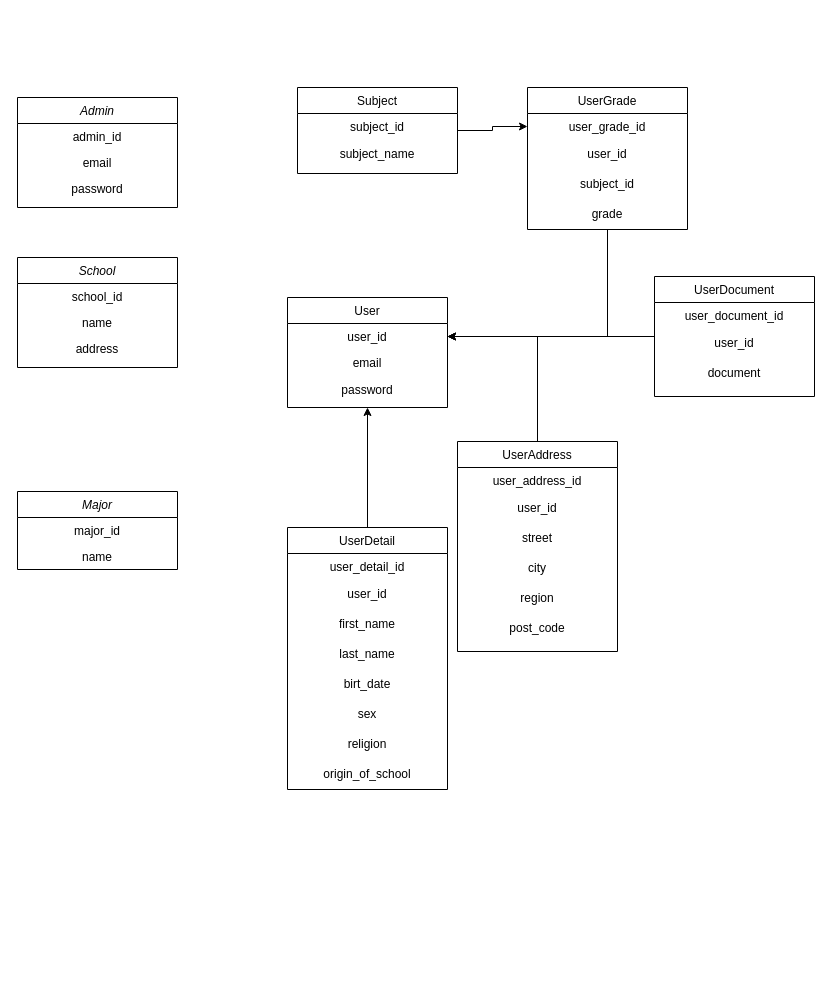
Earlier version of the draw.io diagram Untitled Diagram.drawio (ardhanwardhani/PPDB-Online). Source tidied: cells renumbered, new cells numbered last; positions are measured from the earlier drawing's top-left corner, leaving out a move shared by most shapes. Both pictures are drawn from the tidied source at 100%, with x=0, y=0 at pixel (17, 87).
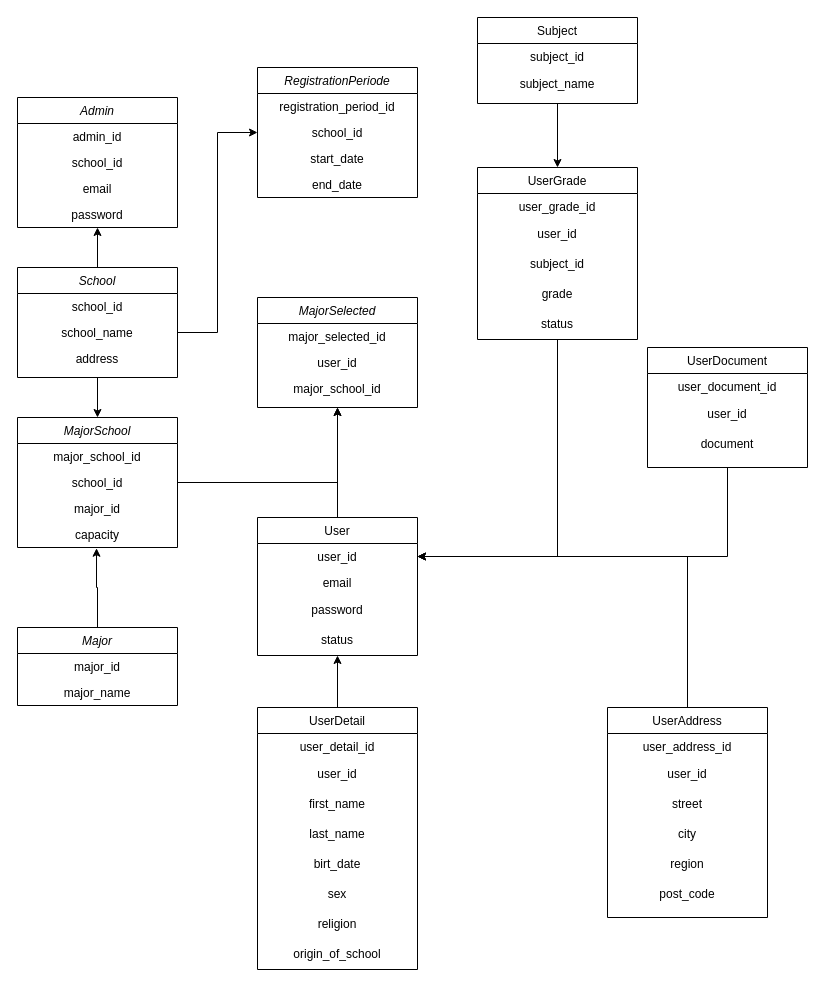
The same page after the edit.

The change refers to these unchanged cells:
```xml
<mxCell id="35" value="user_grade_id" style="text;align=center;verticalAlign=top;spacingLeft=4;spacingRight=4;overflow=hidden;points=[[0,0.5],[1,0.5]];portConstraint=eastwest;" parent="34" vertex="1">
  <mxGeometry y="26" width="160" height="26" as="geometry" />
</mxCell>
```

The edit, as a diff of the source:
```diff
@@
     <mxCell id="2" value="Admin" style="swimlane;fontStyle=2;align=center;verticalAlign=top;horizontal=1;startSize=26;rounded=0;shadow=0;strokeWidth=1;" parent="1" vertex="1">
-      <mxGeometry y="10" width="160" height="110" as="geometry" />
+      <mxGeometry y="10" width="160" height="130" as="geometry" />
     </mxCell>
@@
+    <mxCell id="5" value="school_id" style="text;align=center;verticalAlign=top;spacingLeft=4;spacingRight=4;overflow=hidden;rounded=0;shadow=0;html=0;" parent="2" vertex="1">
+      <mxGeometry y="52" width="160" height="26" as="geometry" />
+    </mxCell>
     <mxCell id="4" value="email" style="text;align=center;verticalAlign=top;spacingLeft=4;spacingRight=4;overflow=hidden;rounded=0;shadow=0;html=0;" parent="2" vertex="1">
-      <mxGeometry y="52" width="160" height="26" as="geometry" />
+      <mxGeometry y="78" width="160" height="26" as="geometry" />
     </mxCell>
-    <mxCell id="5" value="password" style="text;align=center;verticalAlign=top;spacingLeft=4;spacingRight=4;overflow=hidden;rounded=0;shadow=0;html=0;" parent="2" vertex="1">
-      <mxGeometry y="78" width="160" height="26" as="geometry" />
-    </mxCell>
+    <mxCell id="50" value="password" style="text;align=center;verticalAlign=top;spacingLeft=4;spacingRight=4;overflow=hidden;points=[[0,0.5],[1,0.5]];portConstraint=eastwest;rounded=0;shadow=0;html=0;" parent="2" vertex="1">
+      <mxGeometry y="104" width="160" height="26" as="geometry" />
+    </mxCell>
+    <mxCell id="51" style="edgeStyle=orthogonalEdgeStyle;rounded=0;jettySize=auto;html=1;entryX=0.5;entryY=1;entryDx=0;entryDy=0;" parent="1" edge="1" source="6" target="63">
+      <mxGeometry relative="1" as="geometry" />
+    </mxCell>
     <mxCell id="6" value="User" style="swimlane;fontStyle=0;align=center;verticalAlign=top;horizontal=1;startSize=26;rounded=0;shadow=0;strokeWidth=1;" parent="1" vertex="1">
-      <mxGeometry x="270" y="210" width="160" height="110" as="geometry" />
+      <mxGeometry x="240" y="430" width="160" height="138" as="geometry" />
     </mxCell>
@@
+    <mxCell id="52" value="status" style="text;strokeColor=none;align=center;fillColor=none;html=1;verticalAlign=middle;whiteSpace=wrap;rounded=0;labelPosition=center;verticalLabelPosition=middle;" parent="6" vertex="1">
+      <mxGeometry y="108" width="160" height="30" as="geometry" />
+    </mxCell>
@@
     <mxCell id="11" value="UserDetail" style="swimlane;fontStyle=0;align=center;verticalAlign=top;horizontal=1;startSize=26;rounded=0;shadow=0;strokeWidth=1;" parent="1" vertex="1">
-      <mxGeometry x="270" y="440" width="160" height="262" as="geometry" />
+      <mxGeometry x="240" y="620" width="160" height="262" as="geometry" />
     </mxCell>
@@
     <mxCell id="21" value="UserAddress" style="swimlane;fontStyle=0;align=center;verticalAlign=top;horizontal=1;startSize=26;rounded=0;shadow=0;strokeWidth=1;" parent="1" vertex="1">
-      <mxGeometry x="440" y="354" width="160" height="210" as="geometry" />
+      <mxGeometry x="590" y="620" width="160" height="210" as="geometry" />
     </mxCell>
@@
     <mxCell id="29" value="UserDocument" style="swimlane;fontStyle=0;align=center;verticalAlign=top;horizontal=1;startSize=26;rounded=0;shadow=0;strokeWidth=1;" parent="1" vertex="1">
-      <mxGeometry x="637" y="189" width="160" height="120" as="geometry" />
+      <mxGeometry x="630" y="260" width="160" height="120" as="geometry" />
     </mxCell>
@@
     <mxCell id="34" value="UserGrade" style="swimlane;fontStyle=0;align=center;verticalAlign=top;horizontal=1;startSize=26;rounded=0;shadow=0;strokeWidth=1;" parent="1" vertex="1">
-      <mxGeometry x="510" width="160" height="142" as="geometry" />
+      <mxGeometry x="460" y="80" width="160" height="172" as="geometry" />
     </mxCell>
@@
-    <mxCell id="39" style="edgeStyle=orthogonalEdgeStyle;rounded=0;jettySize=auto;html=1;entryX=0;entryY=0.5;entryDx=0;entryDy=0;" parent="1" edge="1" source="40" target="35">
-      <mxGeometry relative="1" as="geometry" />
-    </mxCell>
+    <mxCell id="53" value="status" style="text;strokeColor=none;align=center;fillColor=none;html=1;verticalAlign=middle;whiteSpace=wrap;rounded=0;" parent="34" vertex="1">
+      <mxGeometry y="142" width="160" height="30" as="geometry" />
+    </mxCell>
+    <mxCell id="54" style="edgeStyle=orthogonalEdgeStyle;rounded=0;jettySize=auto;html=1;entryX=0.5;entryY=0;entryDx=0;entryDy=0;" parent="1" edge="1" source="40" target="34">
+      <mxGeometry relative="1" as="geometry" />
+    </mxCell>
     <mxCell id="40" value="Subject" style="swimlane;fontStyle=0;align=center;verticalAlign=top;horizontal=1;startSize=26;rounded=0;shadow=0;strokeWidth=1;" parent="1" vertex="1">
-      <mxGeometry x="280" width="160" height="86" as="geometry" />
+      <mxGeometry x="460" y="-70" width="160" height="86" as="geometry" />
     </mxCell>
@@
+    <mxCell id="55" style="edgeStyle=orthogonalEdgeStyle;rounded=0;jettySize=auto;html=1;" parent="1" edge="1" source="43" target="57">
+      <mxGeometry relative="1" as="geometry" />
+    </mxCell>
     <mxCell id="43" value="School" style="swimlane;fontStyle=2;align=center;verticalAlign=top;horizontal=1;startSize=26;rounded=0;shadow=0;strokeWidth=1;" parent="1" vertex="1">
-      <mxGeometry y="170" width="160" height="110" as="geometry" />
+      <mxGeometry y="180" width="160" height="110" as="geometry" />
     </mxCell>
@@
-    <mxCell id="45" value="name" style="text;align=center;verticalAlign=top;spacingLeft=4;spacingRight=4;overflow=hidden;points=[[0,0.5],[1,0.5]];portConstraint=eastwest;rounded=0;shadow=0;html=0;" parent="43" vertex="1">
+    <mxCell id="45" value="school_name" style="text;align=center;verticalAlign=top;spacingLeft=4;spacingRight=4;overflow=hidden;points=[[0,0.5],[1,0.5]];portConstraint=eastwest;rounded=0;shadow=0;html=0;" parent="43" vertex="1">
       <mxGeometry y="52" width="160" height="26" as="geometry" />
     </mxCell>
@@
     <mxCell id="47" value="Major" style="swimlane;fontStyle=2;align=center;verticalAlign=top;horizontal=1;startSize=26;rounded=0;shadow=0;strokeWidth=1;" parent="1" vertex="1">
-      <mxGeometry y="404" width="160" height="78" as="geometry" />
+      <mxGeometry y="540" width="160" height="78" as="geometry" />
     </mxCell>
@@
-    <mxCell id="49" value="name" style="text;align=center;verticalAlign=top;spacingLeft=4;spacingRight=4;overflow=hidden;rounded=0;shadow=0;html=0;" parent="47" vertex="1">
+    <mxCell id="49" value="major_name" style="text;align=center;verticalAlign=top;spacingLeft=4;spacingRight=4;overflow=hidden;rounded=0;shadow=0;html=0;" parent="47" vertex="1">
       <mxGeometry y="52" width="160" height="26" as="geometry" />
     </mxCell>
+    <mxCell id="56" style="edgeStyle=orthogonalEdgeStyle;rounded=0;jettySize=auto;html=1;entryX=0.5;entryY=1;entryDx=0;entryDy=0;" parent="1" edge="1" source="57" target="63">
+      <mxGeometry relative="1" as="geometry" />
+    </mxCell>
+    <mxCell id="57" value="MajorSchool" style="swimlane;fontStyle=2;align=center;verticalAlign=top;horizontal=1;startSize=26;rounded=0;shadow=0;strokeWidth=1;" parent="1" vertex="1">
+      <mxGeometry y="330" width="160" height="130" as="geometry" />
+    </mxCell>
+    <mxCell id="58" value="major_school_id" style="text;align=center;verticalAlign=top;spacingLeft=4;spacingRight=4;overflow=hidden;" parent="57" vertex="1">
+      <mxGeometry y="26" width="160" height="26" as="geometry" />
+    </mxCell>
+    <mxCell id="59" value="school_id" style="text;align=center;verticalAlign=top;spacingLeft=4;spacingRight=4;overflow=hidden;rounded=0;shadow=0;html=0;" parent="57" vertex="1">
+      <mxGeometry y="52" width="160" height="26" as="geometry" />
+    </mxCell>
+    <mxCell id="60" value="major_id" style="text;align=center;verticalAlign=top;spacingLeft=4;spacingRight=4;overflow=hidden;rounded=0;shadow=0;html=0;" parent="57" vertex="1">
+      <mxGeometry y="78" width="160" height="26" as="geometry" />
+    </mxCell>
+    <mxCell id="61" value="capacity" style="text;align=center;verticalAlign=top;spacingLeft=4;spacingRight=4;overflow=hidden;points=[[0,0.5],[1,0.5]];portConstraint=eastwest;rounded=0;shadow=0;html=0;" parent="57" vertex="1">
+      <mxGeometry y="104" width="160" height="26" as="geometry" />
+    </mxCell>
+    <mxCell id="62" style="edgeStyle=orthogonalEdgeStyle;rounded=0;jettySize=auto;html=1;entryX=0.494;entryY=1.029;entryDx=0;entryDy=0;entryPerimeter=0;" parent="1" edge="1" source="47" target="61">
+      <mxGeometry relative="1" as="geometry" />
+    </mxCell>
+    <mxCell id="63" value="MajorSelected" style="swimlane;fontStyle=2;align=center;verticalAlign=top;horizontal=1;startSize=26;rounded=0;shadow=0;strokeWidth=1;" parent="1" vertex="1">
+      <mxGeometry x="240" y="210" width="160" height="110" as="geometry" />
+    </mxCell>
+    <mxCell id="64" value="major_selected_id" style="text;align=center;verticalAlign=top;spacingLeft=4;spacingRight=4;overflow=hidden;" parent="63" vertex="1">
+      <mxGeometry y="26" width="160" height="26" as="geometry" />
+    </mxCell>
+    <mxCell id="65" value="user_id" style="text;align=center;verticalAlign=top;spacingLeft=4;spacingRight=4;overflow=hidden;rounded=0;shadow=0;html=0;" parent="63" vertex="1">
+      <mxGeometry y="52" width="160" height="26" as="geometry" />
+    </mxCell>
+    <mxCell id="66" value="major_school_id" style="text;align=center;verticalAlign=top;spacingLeft=4;spacingRight=4;overflow=hidden;rounded=0;shadow=0;html=0;" parent="63" vertex="1">
+      <mxGeometry y="78" width="160" height="26" as="geometry" />
+    </mxCell>
+    <mxCell id="67" style="edgeStyle=orthogonalEdgeStyle;rounded=0;jettySize=auto;html=1;entryX=0.5;entryY=1;entryDx=0;entryDy=0;entryPerimeter=0;" parent="1" edge="1" source="43" target="50">
+      <mxGeometry relative="1" as="geometry" />
+    </mxCell>
+    <mxCell id="68" value="RegistrationPeriode" style="swimlane;fontStyle=2;align=center;verticalAlign=top;horizontal=1;startSize=26;rounded=0;shadow=0;strokeWidth=1;" parent="1" vertex="1">
+      <mxGeometry x="240" y="-20" width="160" height="130" as="geometry" />
+    </mxCell>
+    <mxCell id="69" value="registration_period_id" style="text;align=center;verticalAlign=top;spacingLeft=4;spacingRight=4;overflow=hidden;" parent="68" vertex="1">
+      <mxGeometry y="26" width="160" height="26" as="geometry" />
+    </mxCell>
+    <mxCell id="70" value="school_id" style="text;align=center;verticalAlign=top;spacingLeft=4;spacingRight=4;overflow=hidden;points=[[0,0.5],[1,0.5]];portConstraint=eastwest;rounded=0;shadow=0;html=0;" parent="68" vertex="1">
+      <mxGeometry y="52" width="160" height="26" as="geometry" />
+    </mxCell>
+    <mxCell id="71" value="start_date" style="text;align=center;verticalAlign=top;spacingLeft=4;spacingRight=4;overflow=hidden;rounded=0;shadow=0;html=0;" parent="68" vertex="1">
+      <mxGeometry y="78" width="160" height="26" as="geometry" />
+    </mxCell>
+    <mxCell id="72" value="end_date" style="text;align=center;verticalAlign=top;spacingLeft=4;spacingRight=4;overflow=hidden;rounded=0;shadow=0;html=0;" parent="68" vertex="1">
+      <mxGeometry y="104" width="160" height="26" as="geometry" />
+    </mxCell>
+    <mxCell id="73" style="edgeStyle=orthogonalEdgeStyle;rounded=0;jettySize=auto;html=1;entryX=0;entryY=0.5;entryDx=0;entryDy=0;" parent="1" edge="1" source="45" target="70">
+      <mxGeometry relative="1" as="geometry" />
+    </mxCell>
```
